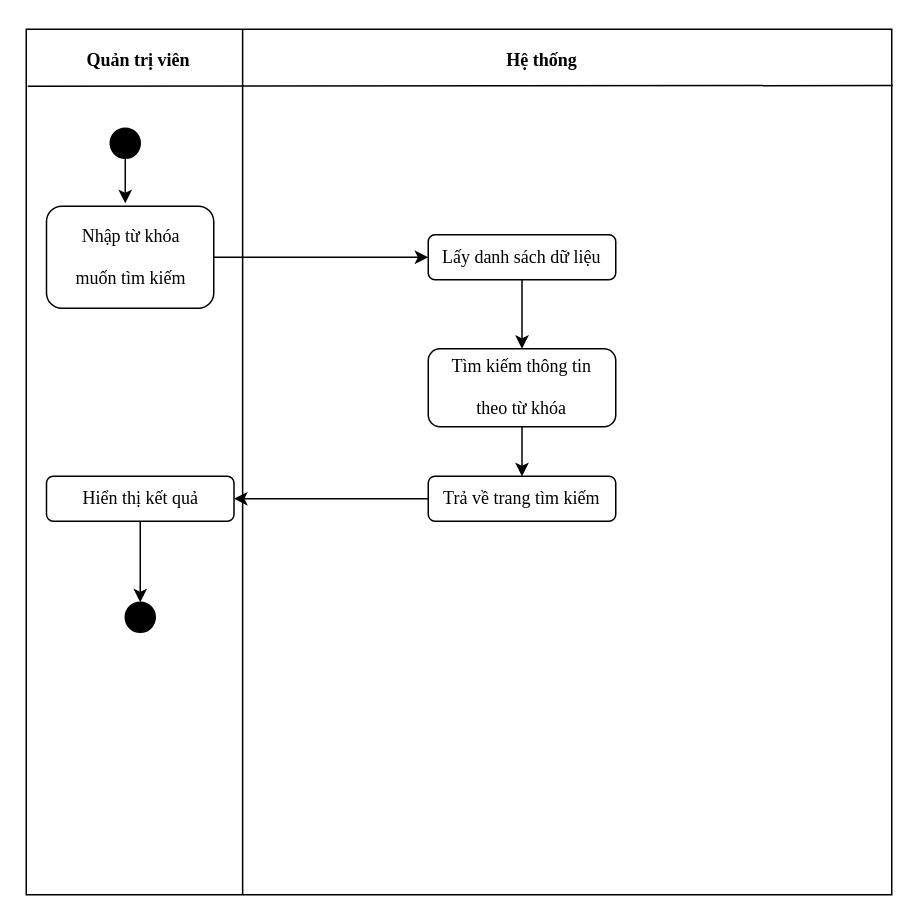
Before: Untitled Diagram.drawio in Achuyen01/BaiTapPHP, a draw.io diagram. Source tidied: cells renumbered, new cells numbered last; positions are measured from the earlier drawing's top-left corner, leaving out a move shared by most shapes. Both pictures are drawn from the tidied source at 150%, with x=0, y=0 at pixel (26, 28).
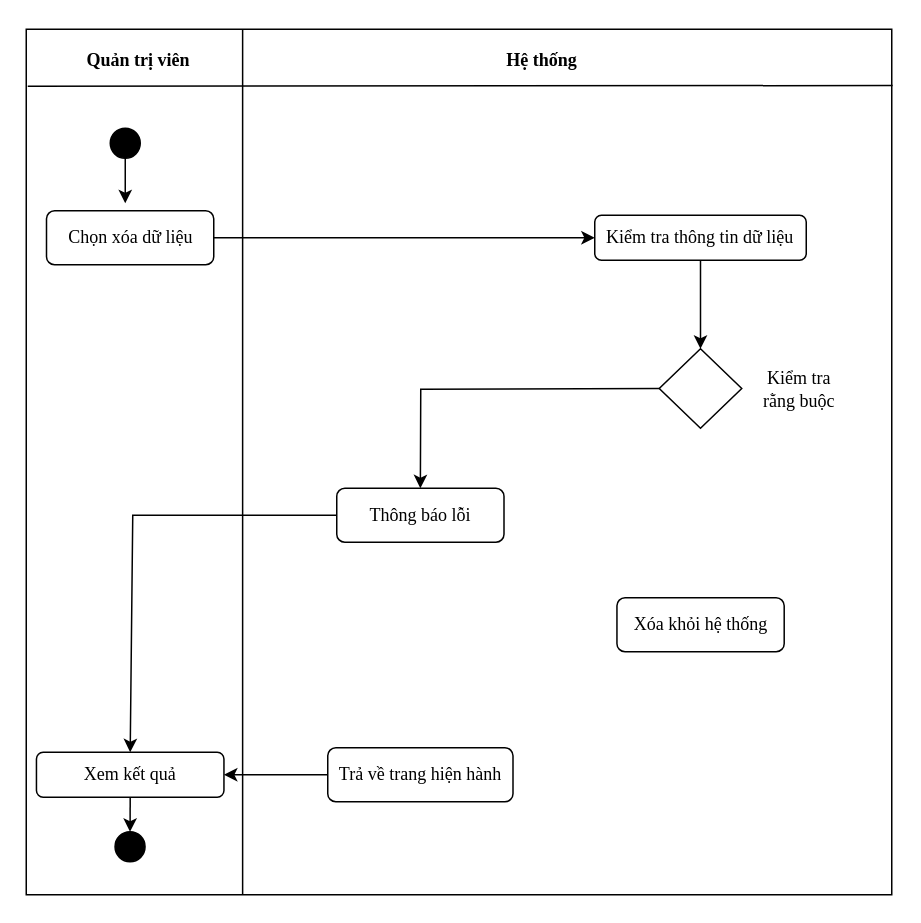
The same diagram, later.

What changed in the source:
```diff
@@
-    <mxCell id="9" value="&lt;pre&gt;&lt;font face=&quot;Times New Roman&quot;&gt;Nhập từ khóa&lt;/font&gt;&lt;/pre&gt;&lt;pre&gt;&lt;font face=&quot;Times New Roman&quot;&gt;muốn tìm kiếm&lt;/font&gt;&lt;/pre&gt;" style="rounded=1;whiteSpace=wrap;html=1;" parent="1" vertex="1">
-      <mxGeometry x="13.5" y="118" width="111.5" height="68" as="geometry" />
+    <mxCell id="9" value="&lt;pre&gt;&lt;font face=&quot;Times New Roman&quot;&gt;Chọn xóa dữ liệu&lt;/font&gt;&lt;/pre&gt;" style="rounded=1;whiteSpace=wrap;html=1;" parent="1" vertex="1">
+      <mxGeometry x="13.5" y="121" width="111.5" height="36" as="geometry" />
     </mxCell>
-    <mxCell id="10" value="&lt;pre&gt;&lt;font face=&quot;Times New Roman&quot;&gt;Lấy danh sách dữ liệu&lt;/font&gt;&lt;/pre&gt;" style="rounded=1;whiteSpace=wrap;html=1;" parent="1" vertex="1">
-      <mxGeometry x="268" y="137" width="125" height="30" as="geometry" />
+    <mxCell id="10" value="&lt;pre&gt;&lt;font face=&quot;Times New Roman&quot;&gt;Kiểm tra thông tin dữ liệu&lt;/font&gt;&lt;/pre&gt;" style="rounded=1;whiteSpace=wrap;html=1;" parent="1" vertex="1">
+      <mxGeometry x="379" y="124" width="141" height="30" as="geometry" />
     </mxCell>
-    <mxCell id="11" value="&lt;pre&gt;&lt;font face=&quot;Times New Roman&quot;&gt;Hiển thị kết quả&lt;/font&gt;&lt;/pre&gt;" style="rounded=1;whiteSpace=wrap;html=1;" parent="1" vertex="1">
-      <mxGeometry x="13.5" y="298" width="125" height="30" as="geometry" />
+    <mxCell id="11" value="&lt;pre&gt;&lt;font face=&quot;Times New Roman&quot;&gt;Xem kết quả&lt;/font&gt;&lt;/pre&gt;" style="rounded=1;whiteSpace=wrap;html=1;" parent="1" vertex="1">
+      <mxGeometry x="6.8" y="482" width="125" height="30" as="geometry" />
     </mxCell>
     <mxCell id="12" style="ellipse;whiteSpace=wrap;html=1;strokeColor=#000000;fillColor=#000000;" parent="1" vertex="1">
-      <mxGeometry x="66" y="382" width="20" height="20" as="geometry" />
+      <mxGeometry x="59.2" y="535" width="20" height="20" as="geometry" />
     </mxCell>
@@
-    <mxCell id="15" value="&lt;pre&gt;&lt;font face=&quot;Times New Roman&quot;&gt;Tìm kiếm thông tin&lt;/font&gt;&lt;/pre&gt;&lt;pre&gt;&lt;font face=&quot;Times New Roman&quot;&gt;theo từ khóa&lt;/font&gt;&lt;/pre&gt;" style="rounded=1;whiteSpace=wrap;html=1;" parent="1" vertex="1">
-      <mxGeometry x="268" y="213" width="125" height="52" as="geometry" />
-    </mxCell>
-    <mxCell id="16" value="&lt;pre&gt;&lt;font face=&quot;Times New Roman&quot;&gt;Trả về trang tìm kiếm&lt;/font&gt;&lt;/pre&gt;" style="rounded=1;whiteSpace=wrap;html=1;" parent="1" vertex="1">
-      <mxGeometry x="268" y="298" width="125" height="30" as="geometry" />
-    </mxCell>
-    <mxCell id="17" style="endArrow=classic;html=1;rounded=0;exitX=0.5;exitY=1;exitDx=0;exitDy=0;entryX=0.5;entryY=0;entryDx=0;entryDy=0;" parent="1" edge="1" source="10" target="15">
-      <mxGeometry relative="1" as="geometry" />
-    </mxCell>
-    <mxCell id="18" style="endArrow=classic;html=1;rounded=0;entryX=0.5;entryY=0;entryDx=0;entryDy=0;exitX=0.5;exitY=1;exitDx=0;exitDy=0;" parent="1" edge="1" source="15" target="16">
-      <mxGeometry relative="1" as="geometry" />
-    </mxCell>
-    <mxCell id="19" style="endArrow=classic;html=1;rounded=0;exitX=0;exitY=0.5;exitDx=0;exitDy=0;entryX=1;entryY=0.5;entryDx=0;entryDy=0;" parent="1" edge="1" source="16" target="11">
-      <mxGeometry relative="1" as="geometry" />
-    </mxCell>
+    <mxCell id="20" style="rhombus;whiteSpace=wrap;html=1;" parent="1" vertex="1">
+      <mxGeometry x="422" y="213" width="55" height="53" as="geometry" />
+    </mxCell>
+    <mxCell id="21" value="&lt;font face=&quot;Times New Roman&quot;&gt;Kiểm tra&lt;br&gt;rằng buộc&lt;br&gt;&lt;/font&gt;" style="text;html=1;strokeColor=none;fillColor=none;align=center;verticalAlign=middle;whiteSpace=wrap;rounded=0;" parent="1" vertex="1">
+      <mxGeometry x="477" y="224.5" width="77" height="30" as="geometry" />
+    </mxCell>
+    <mxCell id="22" style="endArrow=classic;html=1;rounded=0;exitX=0.5;exitY=1;exitDx=0;exitDy=0;entryX=0.5;entryY=0;entryDx=0;entryDy=0;" parent="1" edge="1" source="10" target="20">
+      <mxGeometry relative="1" as="geometry" />
+    </mxCell>
+    <mxCell id="23" value="&lt;pre&gt;&lt;font face=&quot;Times New Roman&quot;&gt;Thông báo lỗi&lt;/font&gt;&lt;/pre&gt;" style="rounded=1;whiteSpace=wrap;html=1;" parent="1" vertex="1">
+      <mxGeometry x="207" y="306" width="111.5" height="36" as="geometry" />
+    </mxCell>
+    <mxCell id="24" style="endArrow=classic;html=1;rounded=0;exitX=0;exitY=0.5;exitDx=0;exitDy=0;entryX=0.5;entryY=0;entryDx=0;entryDy=0;" parent="1" edge="1" source="23" target="11">
+      <mxGeometry relative="1" as="geometry">
+        <Array as="points">
+          <mxPoint x="71" y="324" />
+        </Array>
+      </mxGeometry>
+    </mxCell>
+    <mxCell id="25" value="&lt;pre&gt;&lt;font face=&quot;Times New Roman&quot;&gt;Trả về trang hiện hành&lt;/font&gt;&lt;/pre&gt;" style="rounded=1;whiteSpace=wrap;html=1;" parent="1" vertex="1">
+      <mxGeometry x="201" y="479" width="123.5" height="36" as="geometry" />
+    </mxCell>
+    <mxCell id="26" style="endArrow=classic;html=1;rounded=0;exitX=0;exitY=0.5;exitDx=0;exitDy=0;entryX=1;entryY=0.5;entryDx=0;entryDy=0;" parent="1" edge="1" source="25" target="11">
+      <mxGeometry relative="1" as="geometry" />
+    </mxCell>
+    <mxCell id="27" value="&lt;pre&gt;&lt;font face=&quot;Times New Roman&quot;&gt;Xóa khỏi hệ thống&lt;/font&gt;&lt;/pre&gt;" style="rounded=1;whiteSpace=wrap;html=1;" parent="1" vertex="1">
+      <mxGeometry x="393.8" y="379" width="111.5" height="36" as="geometry" />
+    </mxCell>
+    <mxCell id="28" style="endArrow=classic;html=1;rounded=0;exitX=0;exitY=0.5;exitDx=0;exitDy=0;entryX=0.5;entryY=0;entryDx=0;entryDy=0;" parent="1" edge="1" source="20" target="23">
+      <mxGeometry relative="1" as="geometry">
+        <Array as="points">
+          <mxPoint x="263" y="240" />
+        </Array>
+      </mxGeometry>
+    </mxCell>
```
